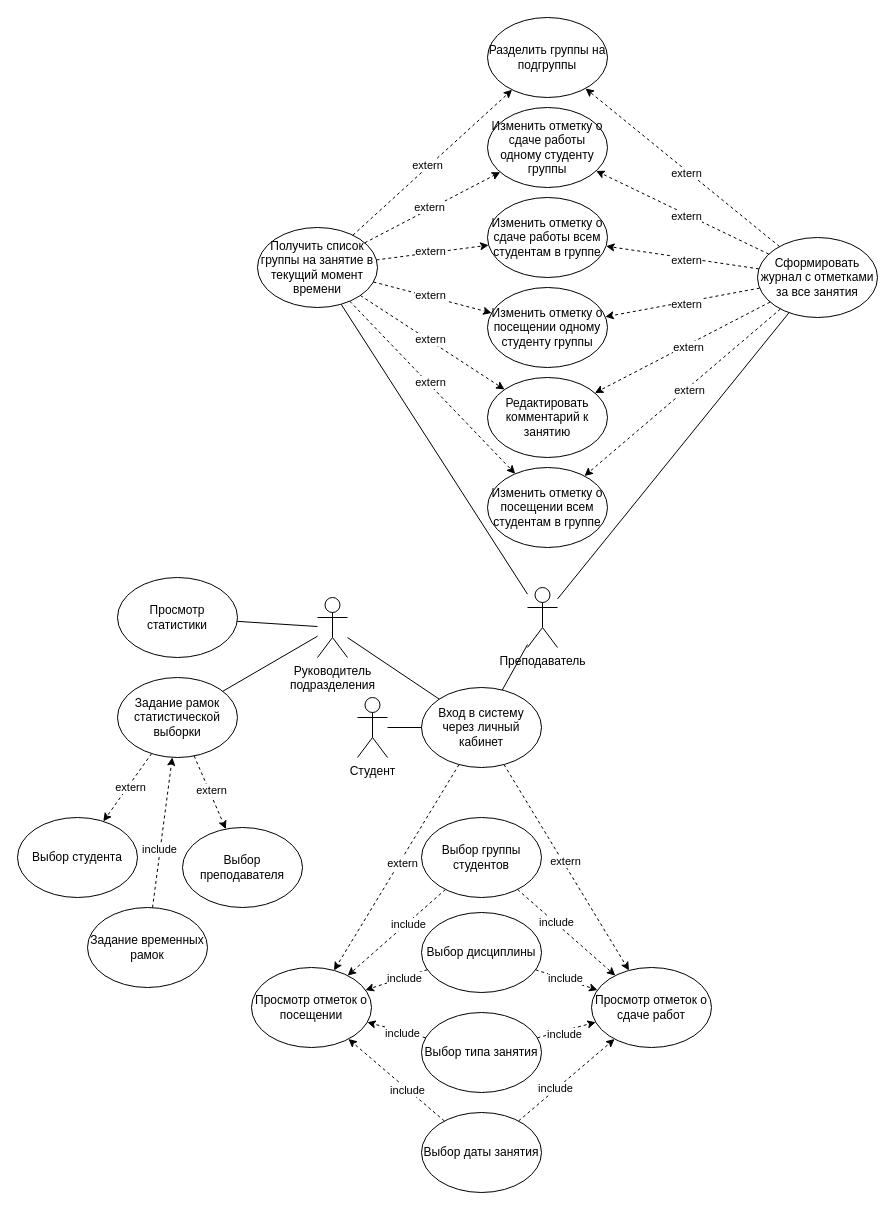
Earlier version of the draw.io diagram page "Use - case" (2 of 2) of ВКР/drawio/Спецификации.drawio (kuskas112/Labs). Source tidied: cells renumbered, new cells numbered last; positions are measured from the earlier drawing's top-left corner, leaving out a move shared by most shapes. Both pictures are drawn from the tidied source at 100%, with x=0, y=0 at pixel (17, 17).
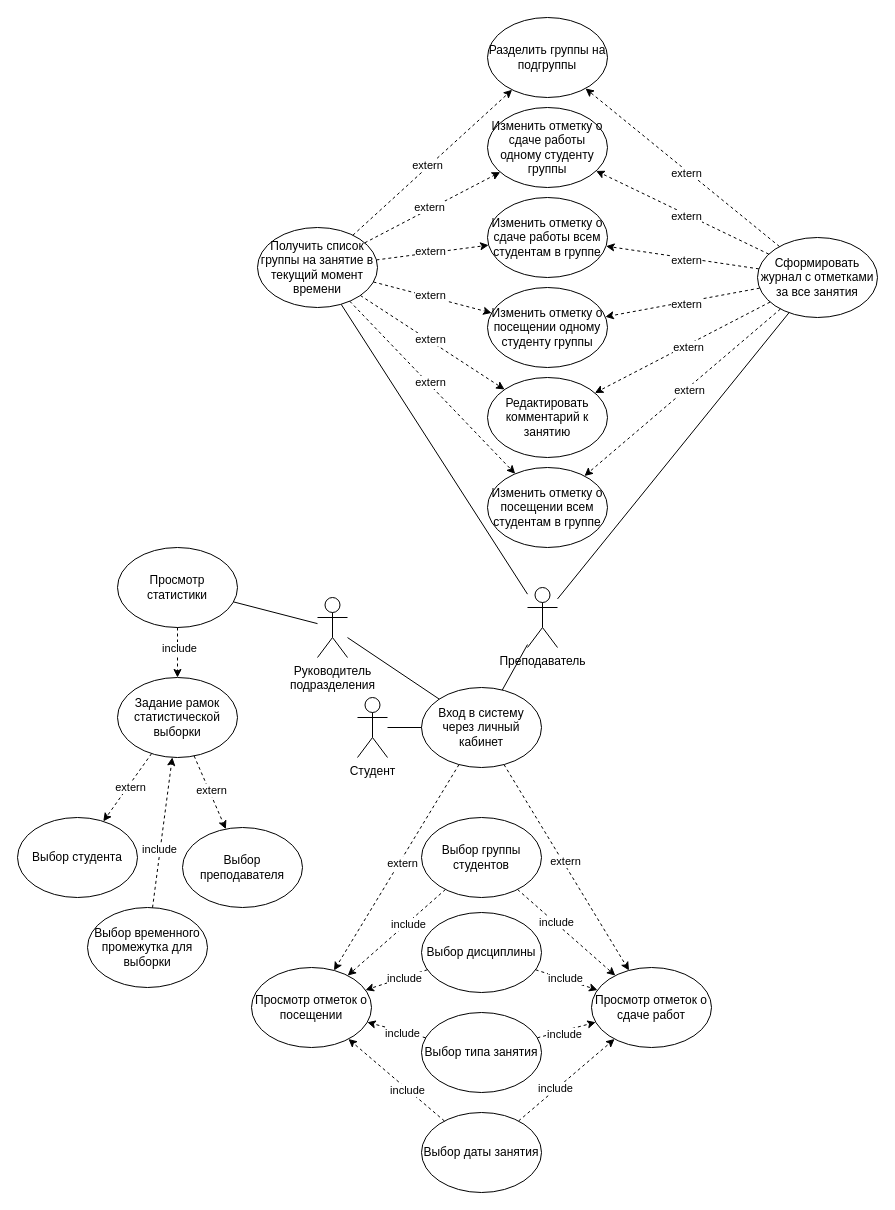
The same diagram, later.

The change refers to these unchanged cells:
```xml
<mxCell id="37" value="Руководитель&lt;br&gt;подразделения" style="shape=umlActor;verticalLabelPosition=bottom;verticalAlign=top;html=1;outlineConnect=0;" parent="1" vertex="1">
  <mxGeometry x="300" y="580" width="30" height="60" as="geometry" />
</mxCell>
<mxCell id="40" value="Задание рамок статистической выборки" style="ellipse;whiteSpace=wrap;html=1;" parent="1" vertex="1">
  <mxGeometry x="100" y="660" width="120" height="80" as="geometry" />
</mxCell>
```

Change to the diagram source:
```diff
@@
     <mxCell id="41" value="Просмотр статистики" style="ellipse;whiteSpace=wrap;html=1;" parent="1" vertex="1">
-      <mxGeometry x="100" y="560" width="120" height="80" as="geometry" />
+      <mxGeometry x="100" y="530" width="120" height="80" as="geometry" />
     </mxCell>
-    <mxCell id="42" style="edgeStyle=none;rounded=0;jettySize=auto;html=1;strokeColor=default;align=center;verticalAlign=middle;fontFamily=Helvetica;fontSize=11;fontColor=default;labelBackgroundColor=default;endArrow=none;endFill=0;" parent="1" edge="1" source="41" target="37">
-      <mxGeometry relative="1" as="geometry" />
-    </mxCell>
-    <mxCell id="43" style="edgeStyle=none;rounded=0;jettySize=auto;html=1;strokeColor=default;align=center;verticalAlign=middle;fontFamily=Helvetica;fontSize=11;fontColor=default;labelBackgroundColor=default;endArrow=none;endFill=0;" parent="1" edge="1" source="40" target="37">
+    <mxCell id="43" style="edgeStyle=none;rounded=0;jettySize=auto;html=1;strokeColor=default;align=center;verticalAlign=middle;fontFamily=Helvetica;fontSize=11;fontColor=default;labelBackgroundColor=default;endArrow=none;endFill=0;" parent="1" edge="1" source="41" target="37">
       <mxGeometry relative="1" as="geometry" />
     </mxCell>
@@
-    <mxCell id="49" value="Задание временных рамок" style="ellipse;whiteSpace=wrap;html=1;" parent="1" vertex="1">
+    <mxCell id="49" value="Выбор временного промежутка для выборки" style="ellipse;whiteSpace=wrap;html=1;" parent="1" vertex="1">
       <mxGeometry x="70" y="890" width="120" height="80" as="geometry" />
     </mxCell>
@@
+    <mxCell id="82" style="edgeStyle=none;rounded=0;jettySize=auto;html=1;dashed=1;strokeColor=default;align=center;verticalAlign=middle;fontFamily=Helvetica;fontSize=11;fontColor=default;labelBackgroundColor=default;endArrow=classic;endFill=1;" parent="1" edge="1" source="41" target="40">
+      <mxGeometry relative="1" as="geometry" />
+    </mxCell>
+    <mxCell id="83" value="include" style="edgeLabel;html=1;align=center;verticalAlign=middle;fontFamily=Helvetica;fontSize=11;fontColor=default;labelBackgroundColor=default;" parent="82" vertex="1">
+      <mxGeometry x="-0.22" y="1" relative="1" as="geometry" />
+    </mxCell>
```
